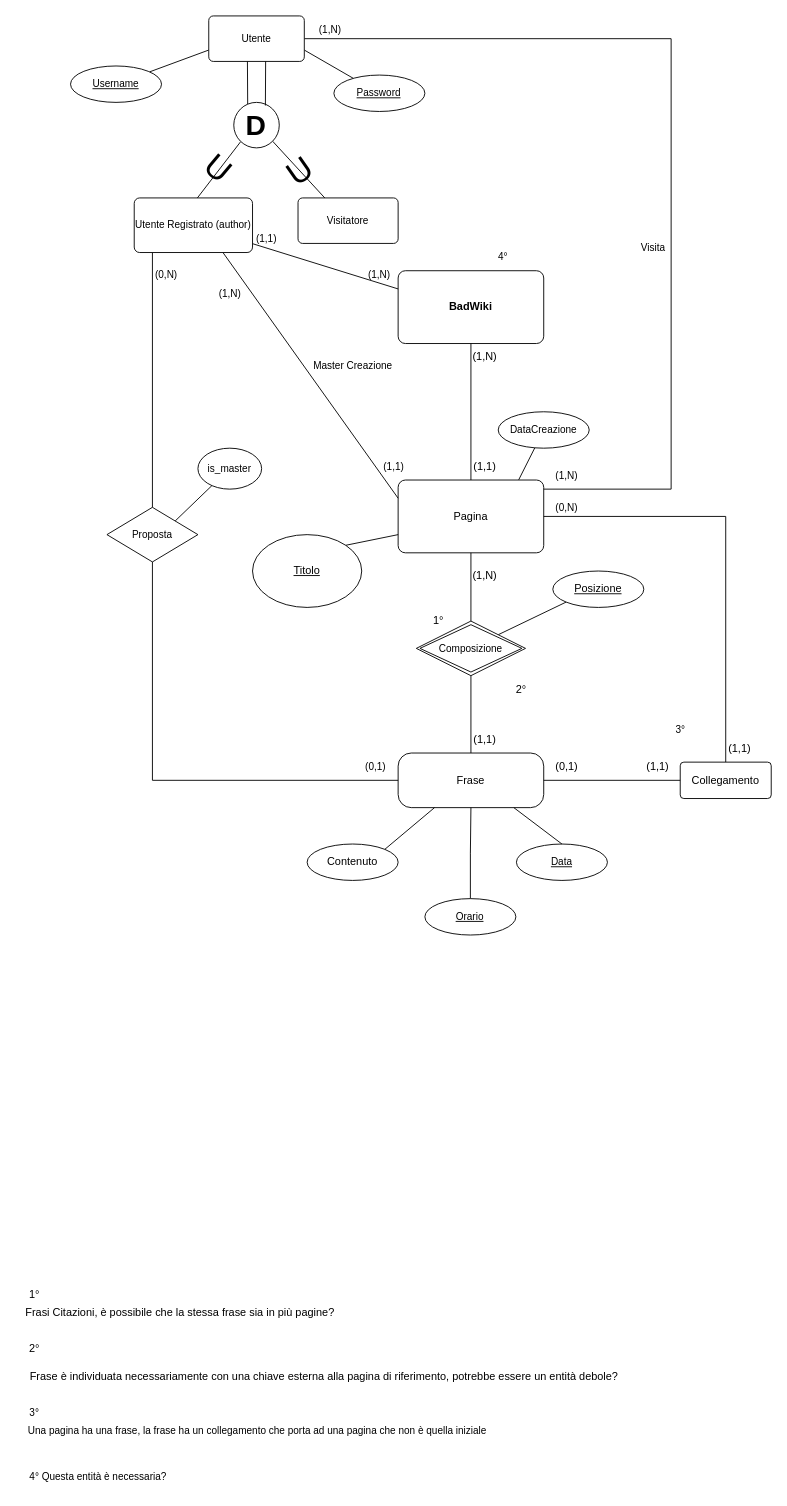
Above: Progetto BD.drawio in nukeandboom/Progetto-OO-BD (draw.io), before the change. Source tidied: cells renumbered, new cells numbered last; positions are measured from the earlier drawing's top-left corner, leaving out a move shared by most shapes. Both pictures are drawn from the tidied source at 91%, with x=0, y=0 at pixel (15, 15).
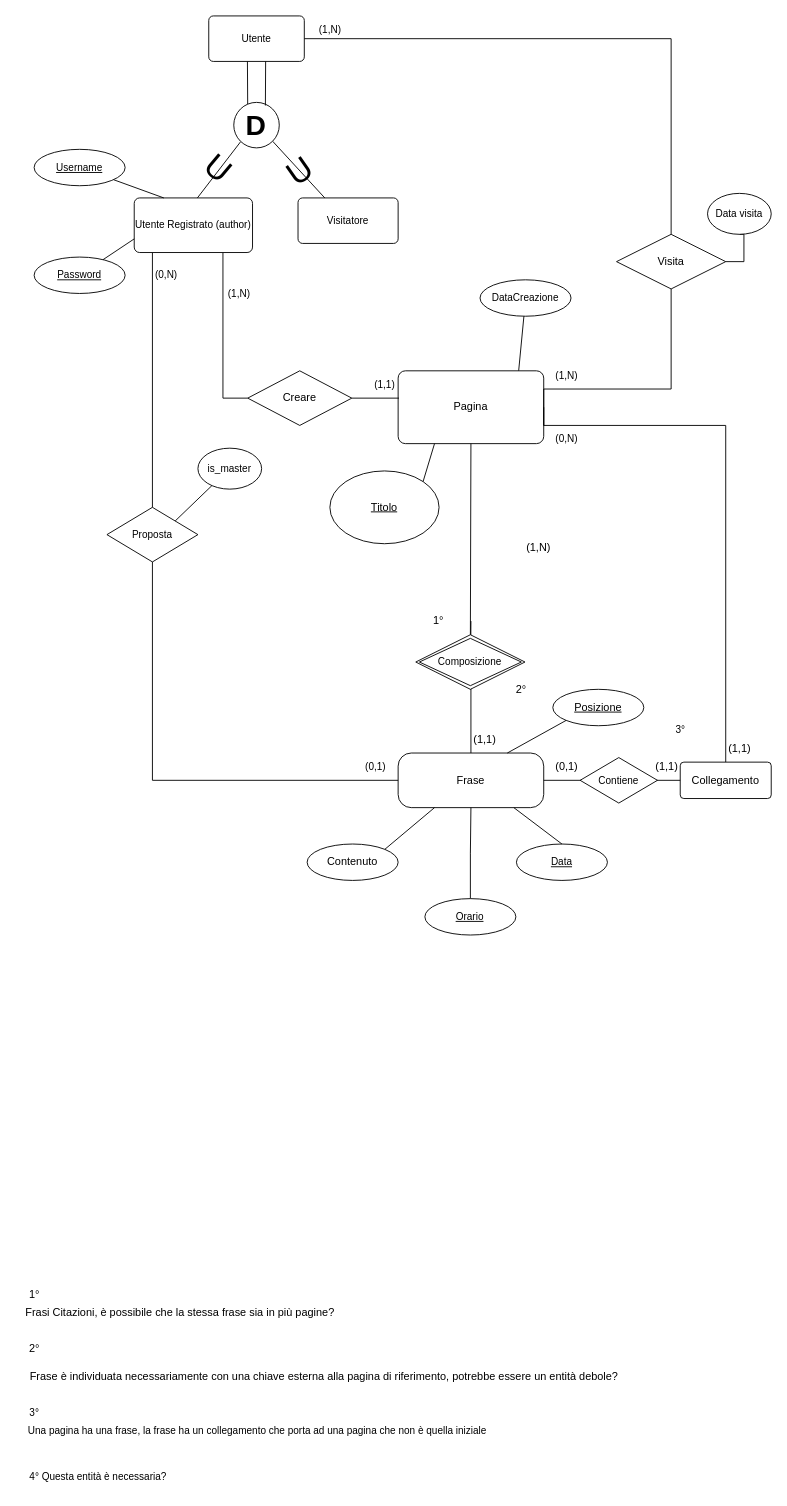
After the change.

The change refers to these unchanged cells:
```xml
<mxCell id="9" value="Frase" style="rounded=1;arcSize=24;whiteSpace=wrap;html=1;align=center;" parent="1" vertex="1">
  <mxGeometry x="420" y="810" width="160" height="60" as="geometry" />
</mxCell>
<mxCell id="23" value="Collegamento" style="rounded=1;arcSize=10;whiteSpace=wrap;html=1;align=center;" parent="1" vertex="1">
  <mxGeometry x="730" y="820" width="100" height="40" as="geometry" />
</mxCell>
<mxCell id="36" value="Utente Registrato (author)" style="rounded=1;arcSize=10;whiteSpace=wrap;html=1;align=center;fontFamily=Helvetica;fontSize=11;fontColor=default;" parent="1" vertex="1">
  <mxGeometry x="130" y="200" width="130" height="60" as="geometry" />
</mxCell>
<mxCell id="54" value="Utente" style="rounded=1;arcSize=10;whiteSpace=wrap;html=1;align=center;fontFamily=Helvetica;fontSize=11;fontColor=default;" parent="1" vertex="1">
  <mxGeometry x="211.9" width="105" height="50" as="geometry" />
</mxCell>
```

Diff of the diagram source:
```diff
@@
-    <mxCell id="2" value="&lt;b&gt;BadWiki&lt;/b&gt;" style="rounded=1;arcSize=10;whiteSpace=wrap;html=1;align=center;" parent="1" vertex="1">
-      <mxGeometry x="420" y="280" width="160" height="80" as="geometry" />
-    </mxCell>
     <mxCell id="3" value="Pagina" style="rounded=1;arcSize=10;whiteSpace=wrap;html=1;align=center;" parent="1" vertex="1">
-      <mxGeometry x="420" y="510" width="160" height="80" as="geometry" />
+      <mxGeometry x="420" y="390" width="160" height="80" as="geometry" />
     </mxCell>
-    <mxCell id="4" style="endArrow=none;html=1;rounded=0;exitX=0.5;exitY=0;exitDx=0;exitDy=0;entryX=0.5;entryY=1;entryDx=0;entryDy=0;" parent="1" edge="1" source="3" target="2">
-      <mxGeometry relative="1" as="geometry" />
-    </mxCell>
-    <mxCell id="5" value="(1,N)" style="text;html=1;align=center;verticalAlign=middle;strokeColor=none;fillColor=none;" parent="1" vertex="1">
-      <mxGeometry x="490" y="360" width="50" height="30" as="geometry" />
-    </mxCell>
-    <mxCell id="6" value="(1,1)" style="text;html=1;align=center;verticalAlign=middle;strokeColor=none;fillColor=none;" parent="1" vertex="1">
-      <mxGeometry x="490" y="480" width="50" height="30" as="geometry" />
-    </mxCell>
     <mxCell id="7" value="Titolo" style="ellipse;whiteSpace=wrap;html=1;align=center;fontStyle=4;" parent="1" vertex="1">
-      <mxGeometry x="260" y="570" width="120" height="80" as="geometry" />
+      <mxGeometry x="345" y="500" width="120" height="80" as="geometry" />
     </mxCell>
-    <mxCell id="8" style="endArrow=none;html=1;rounded=0;exitX=1;exitY=0;exitDx=0;exitDy=0;entryX=0;entryY=0.75;entryDx=0;entryDy=0;" parent="1" edge="1" source="7" target="3">
+    <mxCell id="8" style="endArrow=none;html=1;rounded=0;exitX=1;exitY=0;exitDx=0;exitDy=0;entryX=0.25;entryY=1;entryDx=0;entryDy=0;" parent="1" edge="1" source="7" target="3">
       <mxGeometry relative="1" as="geometry" />
     </mxCell>
@@
-    <mxCell id="15" style="endArrow=none;html=1;rounded=0;exitX=0.5;exitY=1;exitDx=0;exitDy=0;entryX=0.5;entryY=0;entryDx=0;entryDy=0;" parent="1" edge="1" source="3">
+    <mxCell id="15" style="endArrow=none;html=1;rounded=0;exitX=0.5;exitY=1;exitDx=0;exitDy=0;entryX=0.5;entryY=0;entryDx=0;entryDy=0;" parent="1" edge="1" source="70">
       <mxGeometry relative="1" as="geometry">
         <mxPoint x="500" y="665" as="targetPoint" />
       </mxGeometry>
     </mxCell>
@@
     <mxCell id="17" value="&lt;u style=&quot;&quot;&gt;Posizione&lt;/u&gt;" style="ellipse;whiteSpace=wrap;html=1;align=center;" parent="1" vertex="1">
-      <mxGeometry x="590" y="610" width="100" height="40" as="geometry" />
+      <mxGeometry x="590" y="740" width="100" height="40" as="geometry" />
     </mxCell>
-    <mxCell id="18" style="endArrow=none;html=1;rounded=0;exitX=1;exitY=0;exitDx=0;exitDy=0;entryX=0;entryY=1;entryDx=0;entryDy=0;" parent="1" edge="1" target="17">
-      <mxGeometry relative="1" as="geometry">
-        <mxPoint x="530" y="680" as="sourcePoint" />
-      </mxGeometry>
+    <mxCell id="18" style="endArrow=none;html=1;rounded=0;exitX=0.75;exitY=0;exitDx=0;exitDy=0;entryX=0;entryY=1;entryDx=0;entryDy=0;" parent="1" edge="1" source="9" target="17">
+      <mxGeometry relative="1" as="geometry" />
     </mxCell>
@@
     <mxCell id="22" style="edgeStyle=orthogonalEdgeStyle;rounded=0;jettySize=auto;html=1;exitX=0.5;exitY=0;exitDx=0;exitDy=0;entryX=1;entryY=0.5;entryDx=0;entryDy=0;endArrow=none;endFill=0;" parent="1" edge="1" source="23" target="3">
-      <mxGeometry relative="1" as="geometry" />
+      <mxGeometry relative="1" as="geometry">
+        <Array as="points">
+          <mxPoint x="780" y="450" />
+          <mxPoint x="580" y="450" />
+        </Array>
+      </mxGeometry>
     </mxCell>
@@
     <mxCell id="26" value="(1,1)" style="text;html=1;align=center;verticalAlign=middle;strokeColor=none;fillColor=none;" parent="1" vertex="1">
-      <mxGeometry x="680" y="810" width="50" height="30" as="geometry" />
+      <mxGeometry x="690" y="810" width="50" height="30" as="geometry" />
     </mxCell>
@@
     <mxCell id="28" value="(0,N)" style="text;html=1;align=center;verticalAlign=middle;strokeColor=none;fillColor=none;fontSize=11;fontFamily=Helvetica;fontColor=default;" parent="1" vertex="1">
-      <mxGeometry x="580" y="525" width="50" height="30" as="geometry" />
+      <mxGeometry x="580" y="450" width="50" height="30" as="geometry" />
     </mxCell>
@@
     <mxCell id="32" value="(1,N)" style="text;html=1;align=center;verticalAlign=middle;strokeColor=none;fillColor=none;" parent="1" vertex="1">
-      <mxGeometry x="490" y="600" width="50" height="30" as="geometry" />
+      <mxGeometry x="549.4" y="570" width="50" height="30" as="geometry" />
     </mxCell>
@@
-    <mxCell id="34" style="shape=connector;rounded=0;jettySize=auto;html=1;labelBackgroundColor=default;strokeColor=default;align=center;verticalAlign=middle;fontFamily=Helvetica;fontSize=11;fontColor=default;endArrow=none;endFill=0;entryX=0;entryY=0.25;entryDx=0;entryDy=0;exitX=0.75;exitY=1;exitDx=0;exitDy=0;" parent="1" edge="1" source="36" target="3">
+    <mxCell id="34" style="shape=connector;rounded=0;jettySize=auto;html=1;labelBackgroundColor=default;strokeColor=default;align=center;verticalAlign=middle;fontFamily=Helvetica;fontSize=11;fontColor=default;endArrow=none;endFill=0;entryX=0;entryY=0.5;entryDx=0;entryDy=0;exitX=0.75;exitY=1;exitDx=0;exitDy=0;edgeStyle=orthogonalEdgeStyle;" parent="1" edge="1" source="36" target="78">
       <mxGeometry relative="1" as="geometry" />
     </mxCell>
@@
-    <mxCell id="37" style="shape=connector;rounded=0;jettySize=auto;html=1;entryX=1;entryY=0.75;entryDx=0;entryDy=0;labelBackgroundColor=default;strokeColor=default;align=center;verticalAlign=middle;fontFamily=Helvetica;fontSize=11;fontColor=default;endArrow=none;endFill=0;" parent="1" edge="1" source="38" target="54">
+    <mxCell id="37" style="shape=connector;rounded=0;jettySize=auto;html=1;entryX=0;entryY=0.75;entryDx=0;entryDy=0;labelBackgroundColor=default;strokeColor=default;align=center;verticalAlign=middle;fontFamily=Helvetica;fontSize=11;fontColor=default;endArrow=none;endFill=0;" parent="1" edge="1" source="38" target="36">
       <mxGeometry relative="1" as="geometry" />
     </mxCell>
     <mxCell id="38" value="&lt;u&gt;Password&lt;/u&gt;" style="ellipse;whiteSpace=wrap;html=1;align=center;fontFamily=Helvetica;fontSize=11;fontColor=default;" parent="1" vertex="1">
-      <mxGeometry x="349.4" y="65" width="100" height="40" as="geometry" />
+      <mxGeometry x="20" y="265" width="100" height="40" as="geometry" />
     </mxCell>
-    <mxCell id="39" style="shape=connector;rounded=0;jettySize=auto;html=1;entryX=0;entryY=0.75;entryDx=0;entryDy=0;labelBackgroundColor=default;strokeColor=default;align=center;verticalAlign=middle;fontFamily=Helvetica;fontSize=11;fontColor=default;endArrow=none;endFill=0;" parent="1" edge="1" source="40" target="54">
+    <mxCell id="39" style="shape=connector;rounded=0;jettySize=auto;html=1;entryX=0.25;entryY=0;entryDx=0;entryDy=0;labelBackgroundColor=default;strokeColor=default;align=center;verticalAlign=middle;fontFamily=Helvetica;fontSize=11;fontColor=default;endArrow=none;endFill=0;" parent="1" edge="1" source="40" target="36">
       <mxGeometry relative="1" as="geometry" />
     </mxCell>
     <mxCell id="40" value="&lt;u&gt;Username&lt;/u&gt;" style="ellipse;whiteSpace=wrap;html=1;align=center;fontFamily=Helvetica;fontSize=11;fontColor=default;" parent="1" vertex="1">
-      <mxGeometry x="60" y="55" width="100" height="40" as="geometry" />
+      <mxGeometry x="20" y="146.6" width="100" height="40" as="geometry" />
     </mxCell>
-    <mxCell id="41" value="(1,1)" style="text;html=1;align=center;verticalAlign=middle;strokeColor=none;fillColor=none;fontSize=11;fontFamily=Helvetica;fontColor=default;" parent="1" vertex="1">
-      <mxGeometry x="250" y="230" width="50" height="30" as="geometry" />
-    </mxCell>
-    <mxCell id="42" value="Master Creazione" style="text;html=1;align=center;verticalAlign=middle;strokeColor=none;fillColor=none;fontSize=11;fontFamily=Helvetica;fontColor=default;" parent="1" vertex="1">
-      <mxGeometry x="315" y="370" width="110" height="30" as="geometry" />
-    </mxCell>
     <mxCell id="43" value="(1,N)" style="text;html=1;align=center;verticalAlign=middle;strokeColor=none;fillColor=none;fontSize=11;fontFamily=Helvetica;fontColor=default;" parent="1" vertex="1">
-      <mxGeometry x="210" y="290" width="50" height="30" as="geometry" />
+      <mxGeometry x="220" y="290" width="50" height="30" as="geometry" />
     </mxCell>
     <mxCell id="44" value="(1,1)" style="text;html=1;align=center;verticalAlign=middle;strokeColor=none;fillColor=none;fontSize=11;fontFamily=Helvetica;fontColor=default;" parent="1" vertex="1">
-      <mxGeometry x="390" y="480" width="50" height="30" as="geometry" />
+      <mxGeometry x="380" y="390" width="50" height="30" as="geometry" />
     </mxCell>
@@
-    <mxCell id="53" style="edgeStyle=orthogonalEdgeStyle;shape=connector;rounded=0;jettySize=auto;html=1;labelBackgroundColor=default;strokeColor=default;align=center;verticalAlign=middle;fontFamily=Helvetica;fontSize=11;fontColor=default;endArrow=none;endFill=0;" parent="1" edge="1" source="54">
+    <mxCell id="53" style="edgeStyle=orthogonalEdgeStyle;shape=connector;rounded=0;jettySize=auto;html=1;labelBackgroundColor=default;strokeColor=default;align=center;verticalAlign=middle;fontFamily=Helvetica;fontSize=11;fontColor=default;endArrow=none;endFill=0;entryX=1;entryY=0.75;entryDx=0;entryDy=0;" parent="1" edge="1" source="63" target="3">
       <mxGeometry relative="1" as="geometry">
-        <mxPoint x="580" y="520" as="targetPoint" />
         <Array as="points">
-          <mxPoint x="720" y="25" />
-          <mxPoint x="720" y="520" />
-          <mxPoint x="580" y="520" />
+          <mxPoint x="720" y="410" />
+          <mxPoint x="580" y="410" />
         </Array>
       </mxGeometry>
     </mxCell>
@@
-    <mxCell id="63" value="Visita" style="text;html=1;align=center;verticalAlign=middle;points=[];strokeColor=none;fillColor=none;fontSize=11;fontFamily=Helvetica;fontColor=default;" parent="1" vertex="1">
-      <mxGeometry x="675" y="240" width="50" height="30" as="geometry" />
-    </mxCell>
     <mxCell id="64" value="(1,N)" style="text;html=1;align=center;verticalAlign=middle;strokeColor=none;fillColor=none;fontSize=11;fontFamily=Helvetica;fontColor=default;" parent="1" vertex="1">
-      <mxGeometry x="580" y="490" width="50" height="30" as="geometry" />
+      <mxGeometry x="580" y="380" width="50" height="30" as="geometry" />
     </mxCell>
@@
     <mxCell id="66" value="DataCreazione" style="ellipse;whiteSpace=wrap;html=1;align=center;fontFamily=Helvetica;fontSize=11;fontColor=default;" parent="1" vertex="1">
-      <mxGeometry x="530" y="435" width="100" height="40" as="geometry" />
+      <mxGeometry x="510" y="290" width="100" height="40" as="geometry" />
     </mxCell>
@@
-    <mxCell id="68" style="shape=connector;rounded=0;jettySize=auto;html=1;labelBackgroundColor=default;strokeColor=default;align=center;verticalAlign=middle;fontFamily=Helvetica;fontSize=11;fontColor=default;endArrow=none;endFill=0;exitX=1.003;exitY=0.84;exitDx=0;exitDy=0;exitPerimeter=0;entryX=0;entryY=0.25;entryDx=0;entryDy=0;" parent="1" edge="1" source="36" target="2">
-      <mxGeometry relative="1" as="geometry" />
-    </mxCell>
-    <mxCell id="69" value="(1,N)" style="text;html=1;align=center;verticalAlign=middle;strokeColor=none;fillColor=none;fontSize=11;fontFamily=Helvetica;fontColor=default;" parent="1" vertex="1">
-      <mxGeometry x="374.4" y="270" width="50" height="30" as="geometry" />
-    </mxCell>
-    <mxCell id="70" value="Composizione" style="shape=rhombus;double=1;perimeter=rhombusPerimeter;whiteSpace=wrap;html=1;align=center;fontFamily=Helvetica;fontSize=11;fontColor=default;" parent="1" vertex="1">
-      <mxGeometry x="440" y="665" width="120" height="60" as="geometry" />
-    </mxCell>
@@
-    <mxCell id="73" value="4°" style="text;html=1;align=center;verticalAlign=middle;strokeColor=none;fillColor=none;fontSize=11;fontFamily=Helvetica;fontColor=default;" parent="1" vertex="1">
-      <mxGeometry x="520" y="250" width="30" height="30" as="geometry" />
-    </mxCell>
@@
+    <mxCell id="75" style="edgeStyle=orthogonalEdgeStyle;shape=connector;rounded=0;jettySize=auto;html=1;exitX=0.5;exitY=1;exitDx=0;exitDy=0;entryX=1;entryY=0.5;entryDx=0;entryDy=0;labelBackgroundColor=default;strokeColor=default;align=center;verticalAlign=middle;fontFamily=Helvetica;fontSize=11;fontColor=default;endArrow=none;endFill=0;" parent="1" edge="1" source="76" target="63">
+      <mxGeometry relative="1" as="geometry">
+        <Array as="points">
+          <mxPoint x="800" y="240" />
+          <mxPoint x="800" y="270" />
+        </Array>
+      </mxGeometry>
+    </mxCell>
+    <mxCell id="76" value="Data visita" style="ellipse;whiteSpace=wrap;html=1;align=center;fontFamily=Helvetica;fontSize=11;fontColor=default;" parent="1" vertex="1">
+      <mxGeometry x="760" y="195" width="70" height="45" as="geometry" />
+    </mxCell>
+    <mxCell id="77" style="edgeStyle=orthogonalEdgeStyle;shape=connector;rounded=0;jettySize=auto;html=1;labelBackgroundColor=default;strokeColor=default;align=center;verticalAlign=middle;fontFamily=Helvetica;fontSize=11;fontColor=default;endArrow=none;endFill=0;" parent="1" edge="1" source="54" target="63">
+      <mxGeometry relative="1" as="geometry" />
+    </mxCell>
+    <mxCell id="63" value="Visita" style="shape=rhombus;perimeter=rhombusPerimeter;whiteSpace=wrap;html=1;align=center;" parent="1" vertex="1">
+      <mxGeometry x="660" y="240" width="120" height="60" as="geometry" />
+    </mxCell>
+    <mxCell id="78" value="Creare" style="shape=rhombus;perimeter=rhombusPerimeter;whiteSpace=wrap;html=1;align=center;" parent="1" vertex="1">
+      <mxGeometry x="254.7" y="390" width="114.4" height="60" as="geometry" />
+    </mxCell>
+    <mxCell id="79" value="Contiene" style="shape=rhombus;perimeter=rhombusPerimeter;whiteSpace=wrap;html=1;align=center;fontFamily=Helvetica;fontSize=11;fontColor=default;" parent="1" vertex="1">
+      <mxGeometry x="620" y="815" width="85" height="50" as="geometry" />
+    </mxCell>
+    <mxCell id="80" style="edgeStyle=orthogonalEdgeStyle;rounded=0;jettySize=auto;html=1;entryX=0.006;entryY=0.375;entryDx=0;entryDy=0;entryPerimeter=0;endArrow=none;endFill=0;" parent="1" edge="1" source="78" target="3">
+      <mxGeometry relative="1" as="geometry" />
+    </mxCell>
+    <mxCell id="81" style="endArrow=none;html=1;rounded=0;exitX=0.5;exitY=1;exitDx=0;exitDy=0;entryX=0.5;entryY=0;entryDx=0;entryDy=0;" parent="1" edge="1" source="3" target="70">
+      <mxGeometry relative="1" as="geometry" />
+    </mxCell>
+    <mxCell id="70" value="Composizione" style="shape=rhombus;double=1;perimeter=rhombusPerimeter;whiteSpace=wrap;html=1;align=center;fontFamily=Helvetica;fontSize=11;fontColor=default;" parent="1" vertex="1">
+      <mxGeometry x="439.4" y="680" width="120" height="60" as="geometry" />
+    </mxCell>
```
